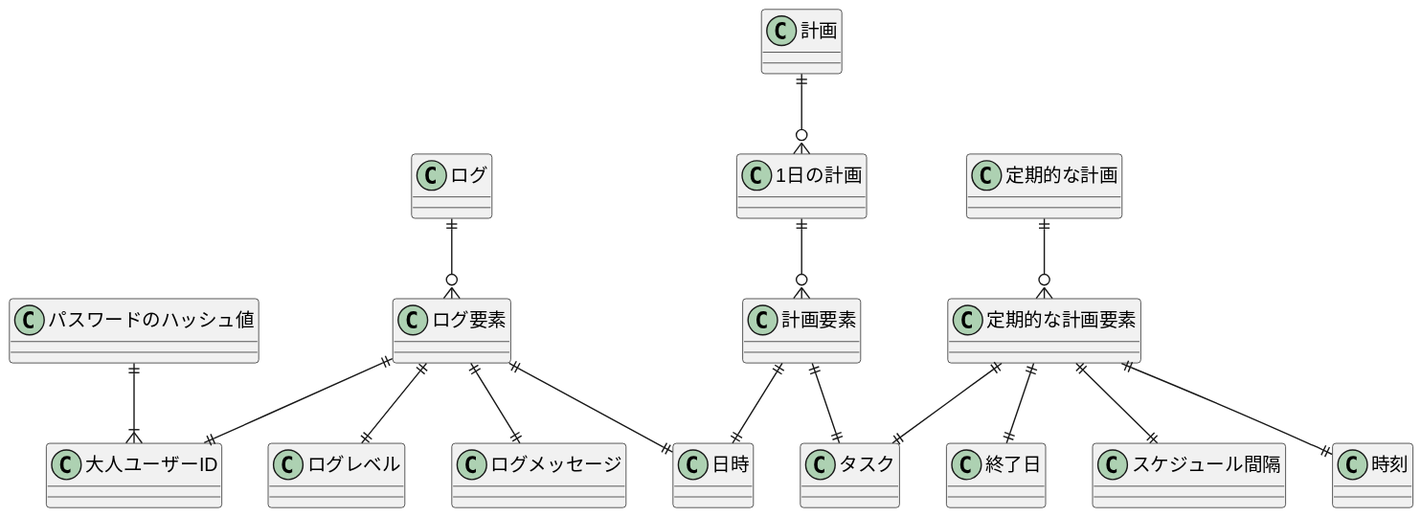
Above: out/docs/er/erd.svg in kusa-mochi/kids-home-base (PlantUML), before the change.
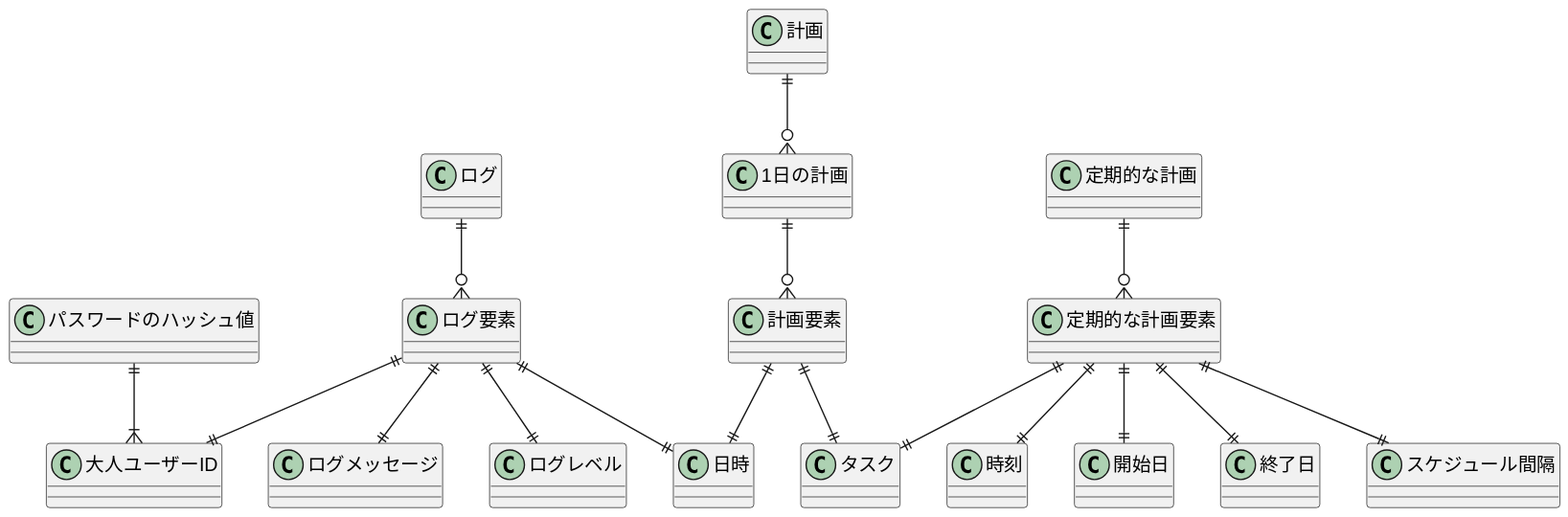
After the commit.

Change to the diagram source:
```diff
@@ -6,6 +6,7 @@
 定期的な計画 ||--o{ 定期的な計画要素
 定期的な計画要素 ||--|| スケジュール間隔
 定期的な計画要素 ||--|| 時刻
+定期的な計画要素 ||--|| 開始日
 定期的な計画要素 ||--|| 終了日
 定期的な計画要素 ||--|| タスク
 パスワードのハッシュ値 ||--|{ 大人ユーザーID
```
